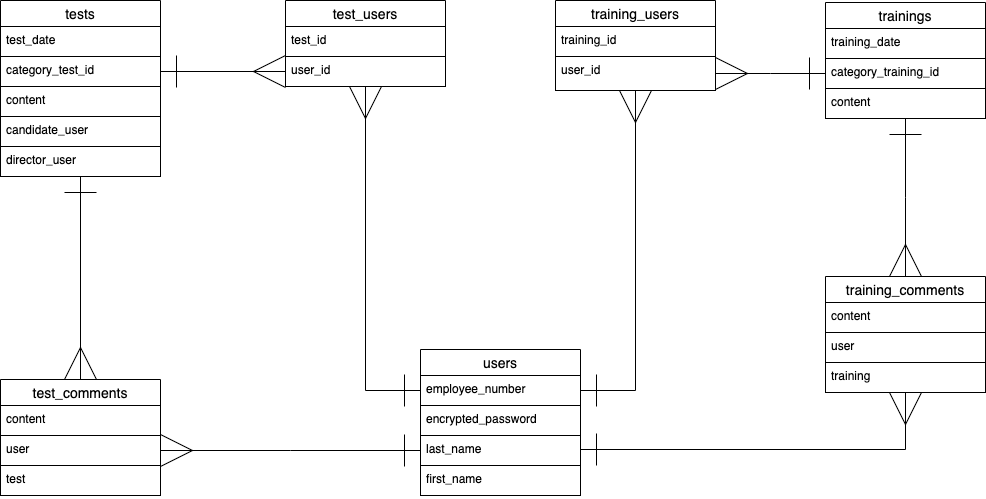
Before: trainingAppER.drawio.png, a diagram exported from draw.io (matsuikohei/trainingApp). Source tidied: cells renumbered, new cells last; positions are measured from the earlier drawing's top-left corner, leaving out a move shared by most shapes.
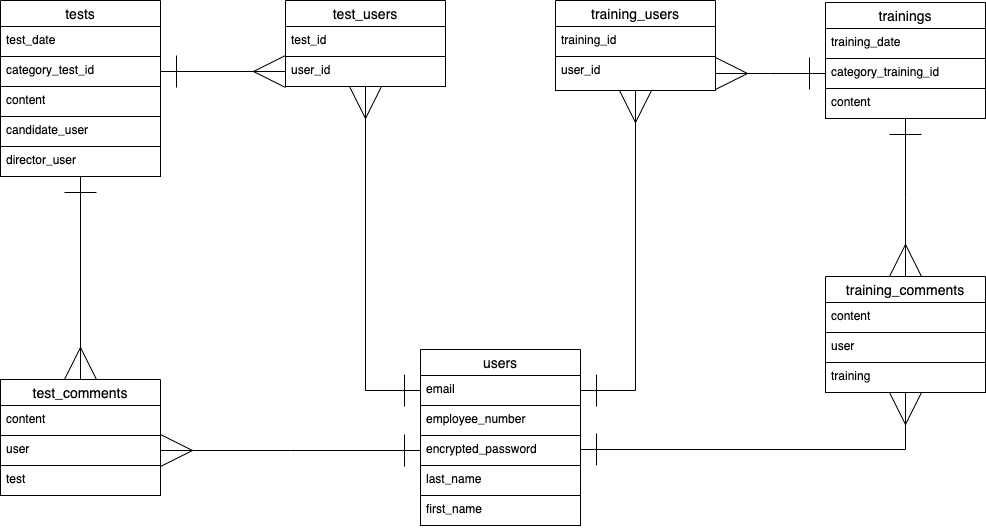
After the commit.

Diff of the diagram source:
```diff
@@ -3,20 +3,23 @@
     <mxCell id="0" />
     <mxCell id="1" parent="0" />
     <mxCell id="2" value="users" style="swimlane;fontStyle=0;horizontal=1;startSize=26;align=center;fontSize=14;" parent="1" vertex="1">
-      <mxGeometry x="420" y="349" width="160" height="146" as="geometry" />
+      <mxGeometry x="420" y="349" width="160" height="176" as="geometry" />
     </mxCell>
-    <mxCell id="3" value="employee_number" style="text;strokeColor=default;fillColor=none;spacingLeft=4;spacingRight=4;overflow=hidden;points=[[0,0.5],[1,0.5]];portConstraint=eastwest;fontSize=12;" parent="2" vertex="1">
+    <mxCell id="3" value="email" style="text;strokeColor=default;fillColor=none;spacingLeft=4;spacingRight=4;overflow=hidden;points=[[0,0.5],[1,0.5]];portConstraint=eastwest;fontSize=12;" parent="2" vertex="1">
       <mxGeometry y="26" width="160" height="30" as="geometry" />
     </mxCell>
-    <mxCell id="4" value="encrypted_password" style="text;strokeColor=default;fillColor=none;spacingLeft=4;spacingRight=4;overflow=hidden;fontSize=12;" parent="2" vertex="1">
+    <mxCell id="4" value="employee_number" style="text;strokeColor=default;fillColor=none;spacingLeft=4;spacingRight=4;overflow=hidden;fontSize=12;" parent="2" vertex="1">
       <mxGeometry y="56" width="160" height="30" as="geometry" />
     </mxCell>
-    <mxCell id="5" value="last_name" style="text;strokeColor=default;fillColor=none;spacingLeft=4;spacingRight=4;overflow=hidden;fontSize=12;" parent="2" vertex="1">
+    <mxCell id="5" value="encrypted_password" style="text;strokeColor=default;fillColor=none;spacingLeft=4;spacingRight=4;overflow=hidden;fontSize=12;" parent="2" vertex="1">
       <mxGeometry y="86" width="160" height="30" as="geometry" />
     </mxCell>
-    <mxCell id="6" value="first_name" style="text;strokeColor=default;fillColor=none;spacingLeft=4;spacingRight=4;overflow=hidden;fontSize=12;" parent="2" vertex="1">
+    <mxCell id="6" value="last_name" style="text;strokeColor=default;fillColor=none;spacingLeft=4;spacingRight=4;overflow=hidden;fontSize=12;" parent="2" vertex="1">
       <mxGeometry y="116" width="160" height="30" as="geometry" />
     </mxCell>
+    <mxCell id="39" value="first_name" style="text;strokeColor=default;fillColor=none;spacingLeft=4;spacingRight=4;overflow=hidden;fontSize=12;" parent="2" vertex="1">
+      <mxGeometry y="146" width="160" height="30" as="geometry" />
+    </mxCell>
     <mxCell id="7" value="trainings" style="swimlane;fontStyle=0;horizontal=1;startSize=26;align=center;fontSize=14;" parent="1" vertex="1">
       <mxGeometry x="825" y="2" width="160" height="116" as="geometry" />
     </mxCell>
```
